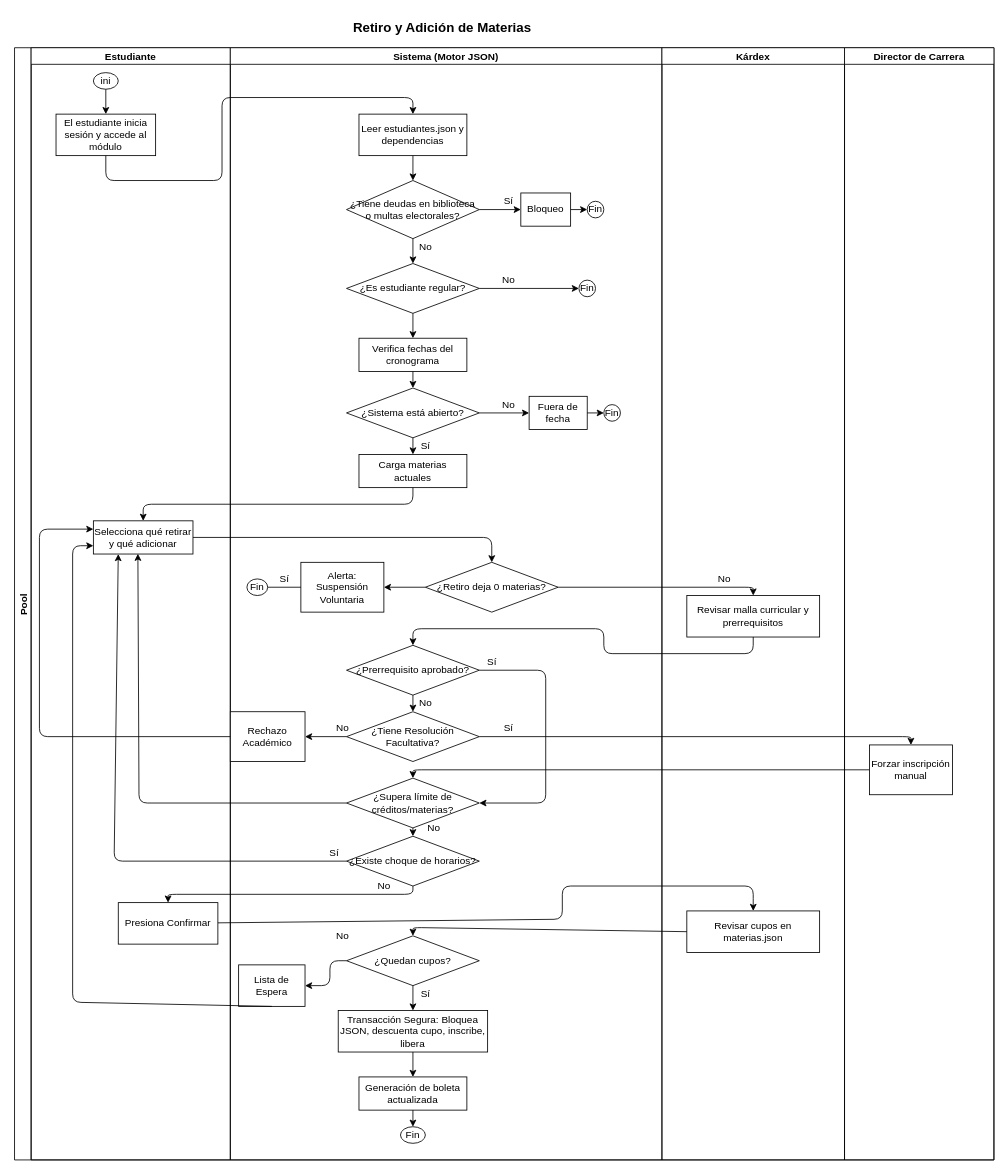
Before: 01_Tramites_UMSA/retiro_y_adicion_de_materias/dc_retiro_y_adicion_de_materias.drawio in as7haro7/multimedia_grupal, a draw.io diagram. Source tidied: cells renumbered, new cells numbered last; positions are measured from the earlier drawing's top-left corner, leaving out a move shared by most shapes. Both pictures are drawn from the tidied source at 83%, with x=0, y=0 at pixel (14, 14).
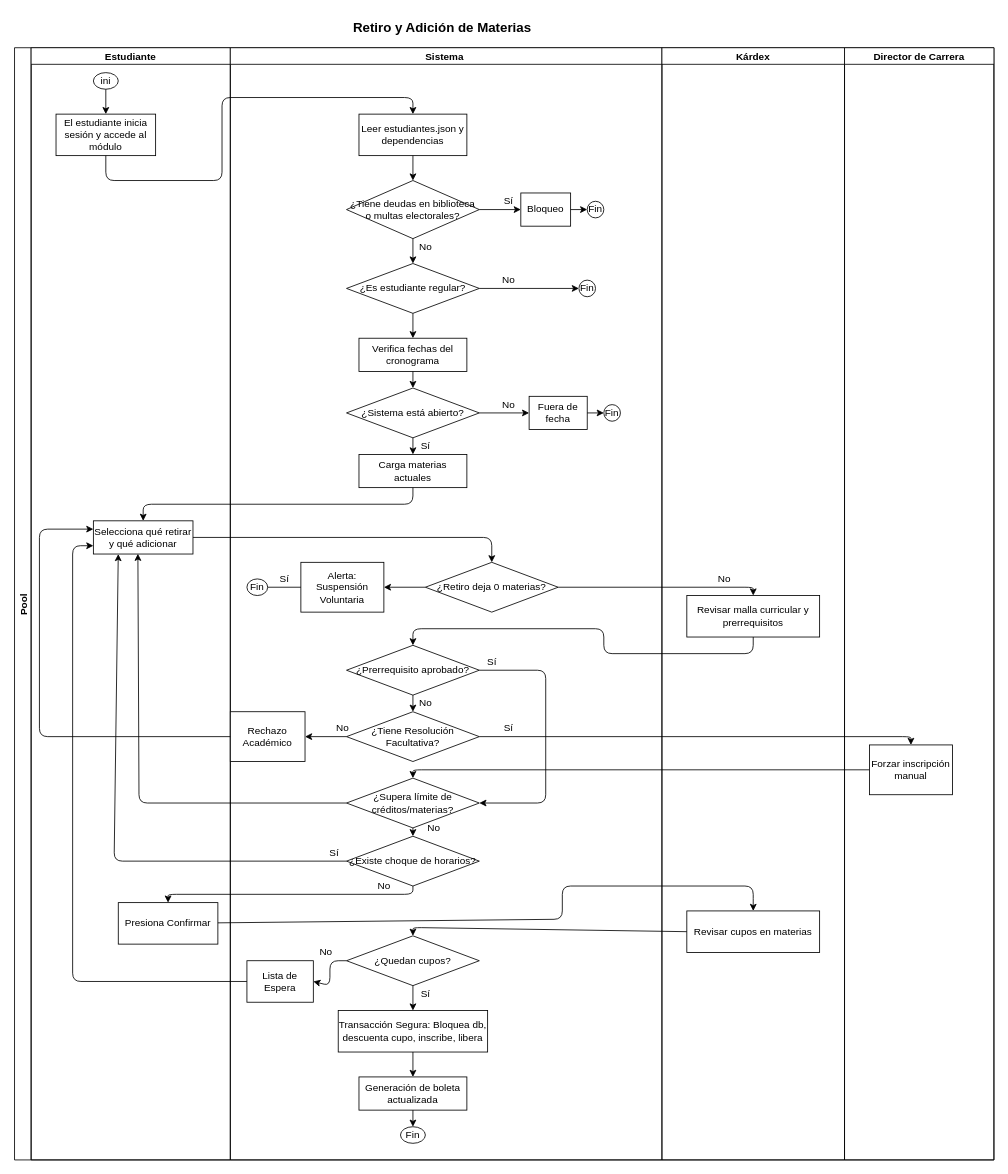
The same page after the edit.

The change refers to these unchanged cells:
```xml
<mxCell id="2" value="Pool" style="swimlane;startSize=20;horizontal=0;" parent="1" vertex="1">
  <mxGeometry y="40" width="1180" height="1340" as="geometry" />
</mxCell>
<mxCell id="7" value="Selecciona qué retirar y qué adicionar" style="rounded=0;whiteSpace=wrap;html=1;shadow=0;glass=0;sketch=0;" parent="3" vertex="1">
  <mxGeometry x="75" y="570" width="120" height="40" as="geometry" />
</mxCell>
<mxCell id="71" value="Kárdex" style="swimlane;startSize=20;" parent="2" vertex="1">
  <mxGeometry x="780" width="220" height="1340" as="geometry" />
</mxCell>
```

Change to the diagram source:
```diff
@@
-    <mxCell id="9" value="Sistema (Motor JSON)" style="swimlane;startSize=20;" parent="2" vertex="1">
+    <mxCell id="9" value="Sistema " style="swimlane;startSize=20;" parent="2" vertex="1">
       <mxGeometry x="260" width="520" height="1340" as="geometry" />
     </mxCell>
@@
     <mxCell id="54" value="No" style="text;html=1;align=center;verticalAlign=middle;strokeColor=none;fillColor=none;" parent="9" vertex="1">
-      <mxGeometry x="120" y="1060" width="30" height="20" as="geometry" />
+      <mxGeometry x="100" y="1080" width="30" height="20" as="geometry" />
     </mxCell>
     <mxCell id="55" value="Lista de Espera" style="whiteSpace=wrap;html=1;rounded=0;shadow=0;glass=0;sketch=0;" parent="9" vertex="1">
-      <mxGeometry x="10" y="1105" width="80" height="50" as="geometry" />
+      <mxGeometry x="20" y="1100" width="80" height="50" as="geometry" />
     </mxCell>
@@
-    <mxCell id="58" value="Transacción Segura: Bloquea JSON, descuenta cupo, inscribe, libera" style="rounded=0;whiteSpace=wrap;html=1;shadow=0;glass=0;sketch=0;" parent="9" vertex="1">
+    <mxCell id="58" value="Transacción Segura: Bloquea db, descuenta cupo, inscribe, libera" style="rounded=0;whiteSpace=wrap;html=1;shadow=0;glass=0;sketch=0;" parent="9" vertex="1">
       <mxGeometry x="130" y="1160" width="180" height="50" as="geometry" />
     </mxCell>
@@
-    <mxCell id="73" value="Revisar cupos en materias.json" style="rounded=0;whiteSpace=wrap;html=1;shadow=0;glass=0;sketch=0;" parent="71" vertex="1">
+    <mxCell id="73" value="Revisar cupos en materias" style="rounded=0;whiteSpace=wrap;html=1;shadow=0;glass=0;sketch=0;" parent="71" vertex="1">
       <mxGeometry x="30" y="1040" width="160" height="50" as="geometry" />
     </mxCell>
@@
-    <mxCell id="84" style="edgeStyle=none;html=1;exitX=0.5;exitY=1;exitDx=0;exitDy=0;entryX=0;entryY=0.75;entryDx=0;entryDy=0;" parent="2" edge="1" source="55" target="7">
+    <mxCell id="84" style="edgeStyle=none;html=1;exitX=0;exitY=0.5;exitDx=0;exitDy=0;entryX=0;entryY=0.75;entryDx=0;entryDy=0;" parent="2" edge="1" source="55" target="7">
       <mxGeometry relative="1" as="geometry">
         <Array as="points">
-          <mxPoint x="70" y="1150" />
+          <mxPoint x="70" y="1125" />
           <mxPoint x="70" y="600" />
         </Array>
       </mxGeometry>
     </mxCell>
```
